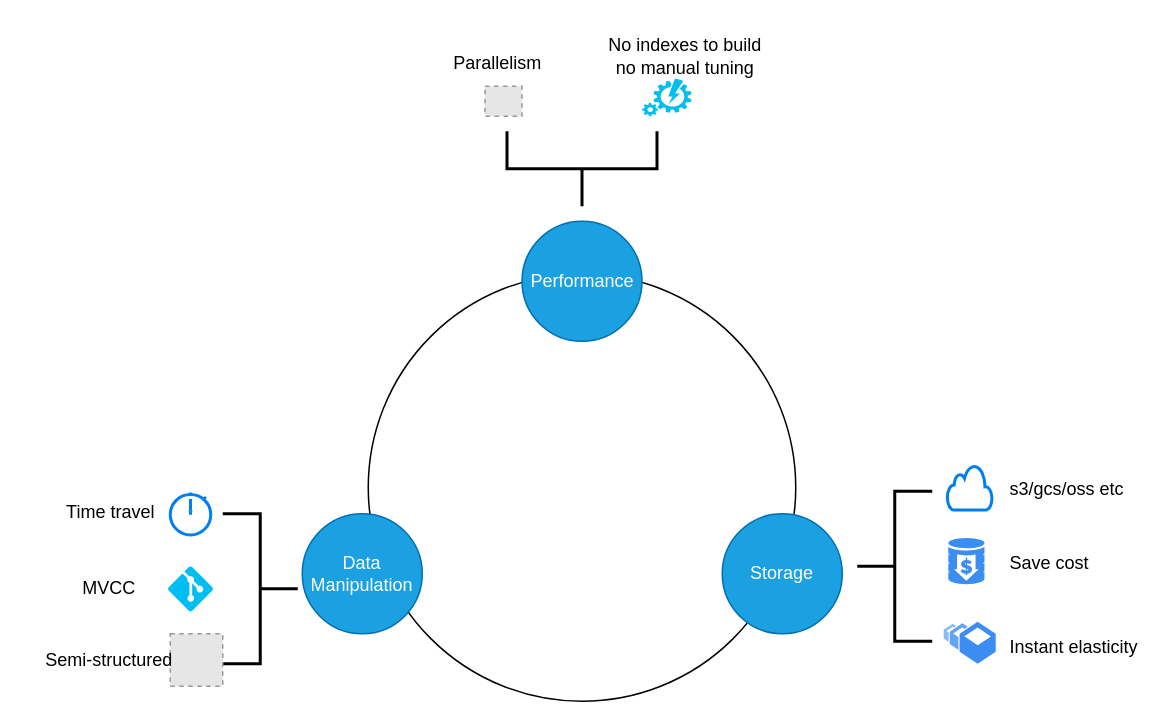
Above: doc/databend-advantage.drawio in jackjoesh/databend (draw.io), before the change. Source tidied: cells renumbered, new cells numbered last; positions are measured from the earlier drawing's top-left corner, leaving out a move shared by most shapes. Both pictures are drawn from the tidied source at 150%, with x=0, y=0 at pixel (26, 26). Pictures stored in the file or linked from it are replaced by grey dashed boxes.
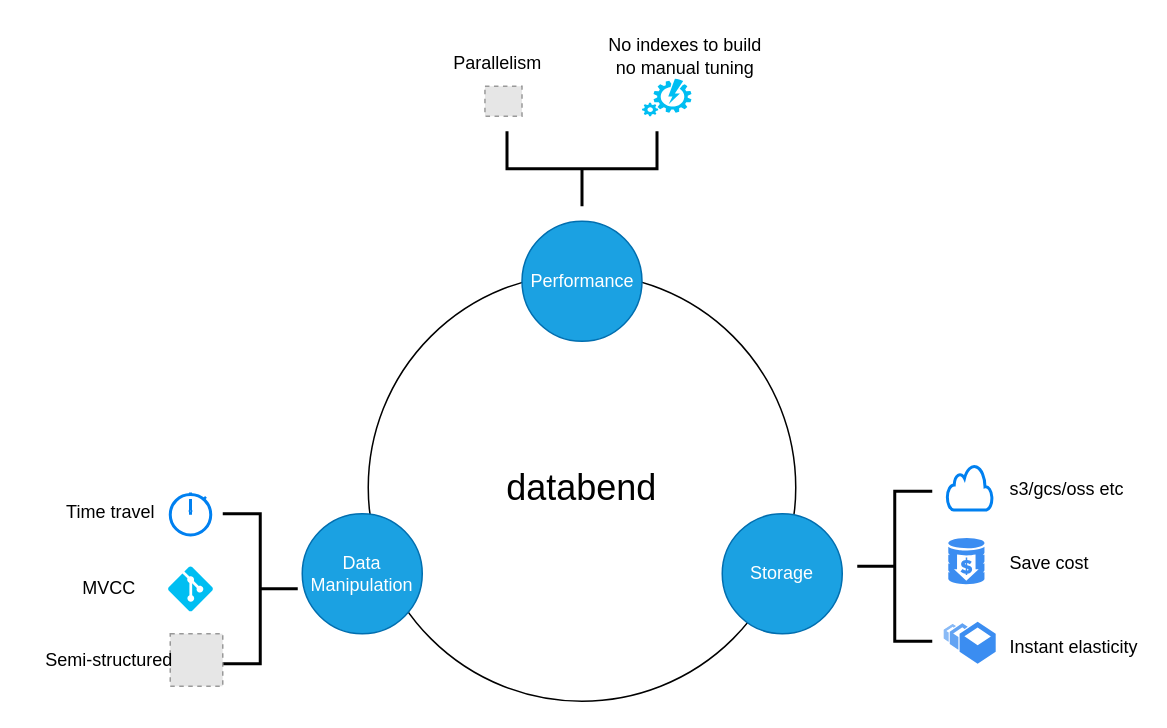
The same page after the edit.

What changed in the source:
```diff
@@
-    <mxCell id="2" style="ellipse;whiteSpace=wrap;html=1;" parent="1" vertex="1">
+    <mxCell id="2" value="&lt;font style=&quot;font-size: 24px;&quot;&gt;databend&lt;/font&gt;" style="ellipse;whiteSpace=wrap;html=1;" parent="1" vertex="1">
       <mxGeometry x="228" y="165" width="285" height="285" as="geometry" />
     </mxCell>
```
